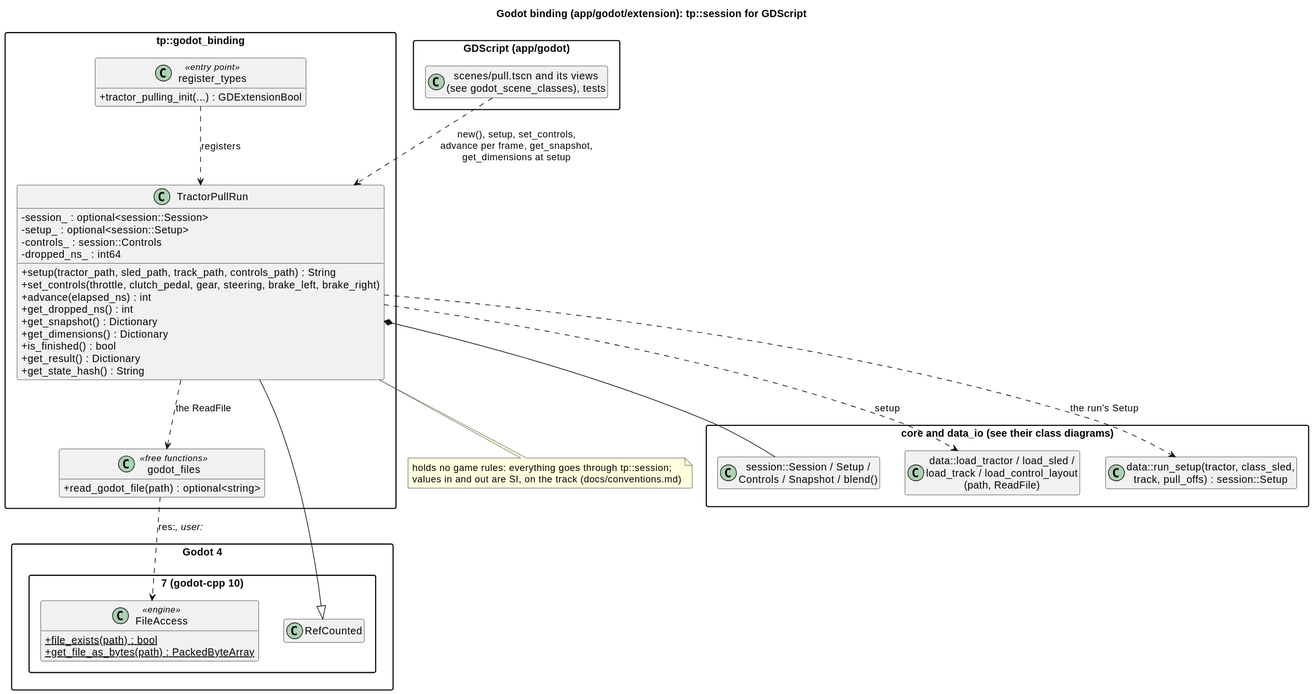
The PlantUML diagram docs/diagrams/svg/godot_classes.svg in wversteeg/TractorPulling, before a commit.
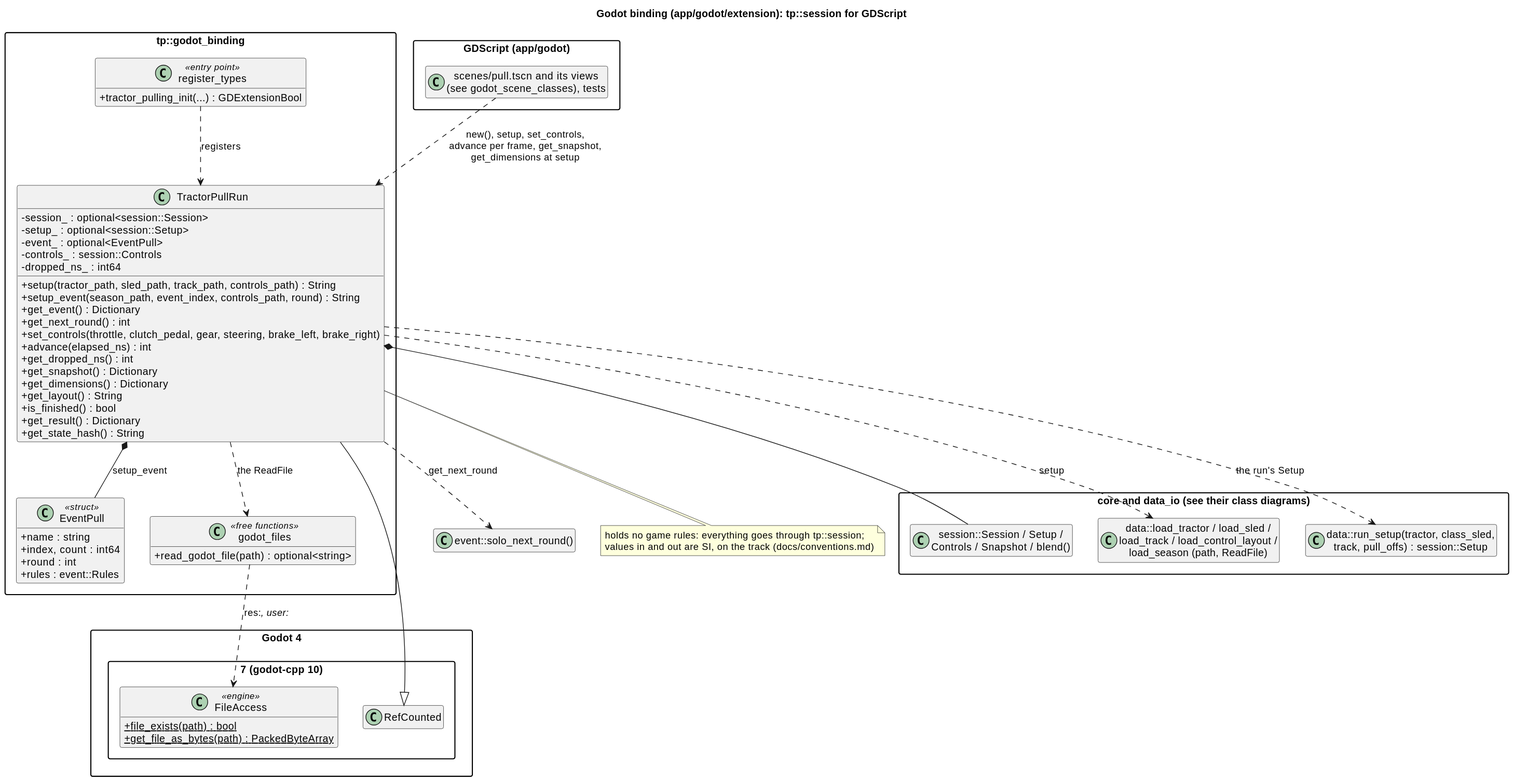
The same diagram one commit later.

Diff of the diagram source:
```diff
@@ -16,17 +16,28 @@
   class TractorPullRun {
     -session_ : optional<session::Session>
     -setup_ : optional<session::Setup>
+    -event_ : optional<EventPull>
     -controls_ : session::Controls
     -dropped_ns_ : int64
     +setup(tractor_path, sled_path, track_path, controls_path) : String
+    +setup_event(season_path, event_index, controls_path, round) : String
+    +get_event() : Dictionary
+    +get_next_round() : int
     +set_controls(throttle, clutch_pedal, gear, steering, brake_left, brake_right)
     +advance(elapsed_ns) : int
     +get_dropped_ns() : int
     +get_snapshot() : Dictionary
     +get_dimensions() : Dictionary
+    +get_layout() : String
     +is_finished() : bool
     +get_result() : Dictionary
     +get_state_hash() : String
+  }
+  class EventPull <<struct>> {
+    +name : string
+    +index, count : int64
+    +round : int
+    +rules : event::Rules
   }
   class "godot_files" as Files <<free functions>> {
     +read_godot_file(path) : optional<string>
@@ -38,7 +49,7 @@
 
 package "core and data_io (see their class diagrams)" {
   class "session::Session / Setup /\nControls / Snapshot / blend()" as Session
-  class "data::load_tractor / load_sled /\nload_track / load_control_layout\n(path, ReadFile)" as Loaders
+  class "data::load_tractor / load_sled /\nload_track / load_control_layout /\nload_season (path, ReadFile)" as Loaders
   class "data::run_setup(tractor, class_sled,\ntrack, pull_offs) : session::Setup" as RunSetup
 }
 
@@ -51,6 +62,9 @@
 TractorPullRun *-- Session
 TractorPullRun ..> Loaders : setup
 TractorPullRun ..> RunSetup : the run's Setup
+TractorPullRun *-- EventPull : setup_event
+class "event::solo_next_round()" as Solo
+TractorPullRun ..> Solo : get_next_round
 TractorPullRun ..> Files : the ReadFile
 Files ..> FileAccess : res://, user://
 Scripts ..> TractorPullRun : new(), setup, set_controls,\nadvance per frame, get_snapshot,\nget_dimensions at setup
```
